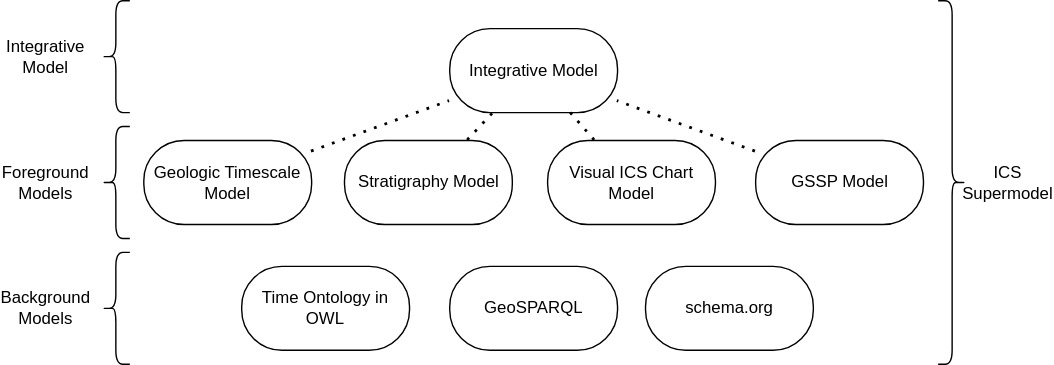
The draw.io diagram images/supermodel/models-by-type.svg in i-c-stratigraphy/i-c-stratigraphy.github.io, before a commit. Source tidied: cells renumbered, new cells last; positions are measured from the earlier drawing's top-left corner, leaving out a move shared by most shapes.
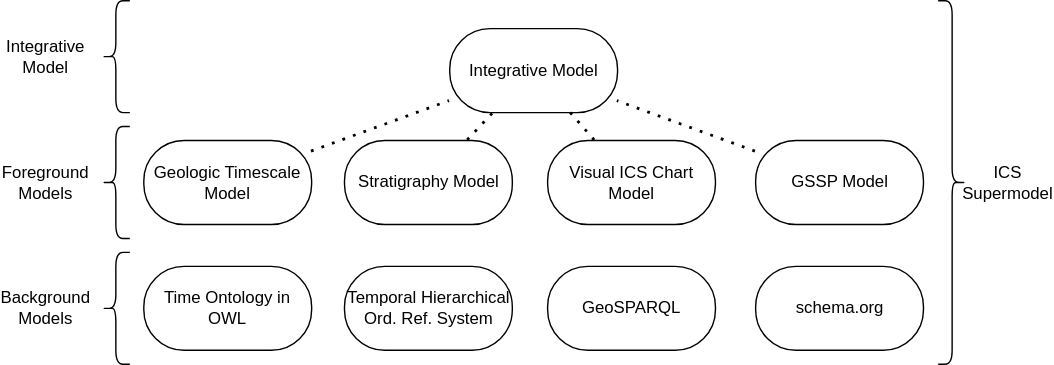
Above is the later version.

What changed in the source:
```diff
@@ -33,13 +33,13 @@
       <mxGeometry x="537.5" y="100" width="120" height="60" as="geometry" />
     </mxCell>
     <mxCell id="12" value="Time Ontology in OWL" style="rounded=1;whiteSpace=wrap;html=1;arcSize=48;" parent="1" vertex="1">
-      <mxGeometry x="170" y="190" width="120" height="60" as="geometry" />
+      <mxGeometry x="100" y="190" width="120" height="60" as="geometry" />
     </mxCell>
     <mxCell id="13" value="GeoSPARQL" style="rounded=1;whiteSpace=wrap;html=1;arcSize=48;" parent="1" vertex="1">
-      <mxGeometry x="318.8" y="190" width="120" height="60" as="geometry" />
+      <mxGeometry x="388.8" y="190" width="120" height="60" as="geometry" />
     </mxCell>
     <mxCell id="14" value="schema.org" style="rounded=1;whiteSpace=wrap;html=1;arcSize=48;" parent="1" vertex="1">
-      <mxGeometry x="458.8" y="190" width="120" height="60" as="geometry" />
+      <mxGeometry x="537.5" y="190" width="120" height="60" as="geometry" />
     </mxCell>
     <mxCell id="15" value="Integrative Model" style="rounded=1;whiteSpace=wrap;html=1;arcSize=48;" parent="1" vertex="1">
       <mxGeometry x="318.8" y="20" width="120" height="60" as="geometry" />
@@ -62,5 +62,8 @@
     <mxCell id="21" style="shape=curlyBracket;whiteSpace=wrap;html=1;rounded=1;labelPosition=left;verticalLabelPosition=middle;align=right;verticalAlign=middle;" parent="1" vertex="1">
       <mxGeometry x="70" width="20" height="80" as="geometry" />
     </mxCell>
+    <mxCell id="22" value="Temporal Hierarchical Ord. Ref. System" style="rounded=1;whiteSpace=wrap;html=1;arcSize=48;" parent="1" vertex="1">
+      <mxGeometry x="243.5" y="190" width="120" height="60" as="geometry" />
+    </mxCell>
   </root>
 </mxGraphModel>
```
